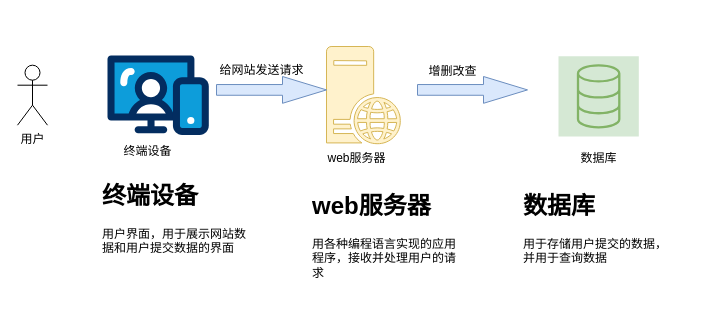
checkking/diagrams keeps this draw.io diagram as db_arch.drawio. Above is the earlier version. Source tidied: cells renumbered, new cells numbered last; positions are measured from the earlier drawing's top-left corner, leaving out a move shared by most shapes. Both pictures are drawn from the tidied source at 100%, with x=0, y=0 at pixel (17, 46).
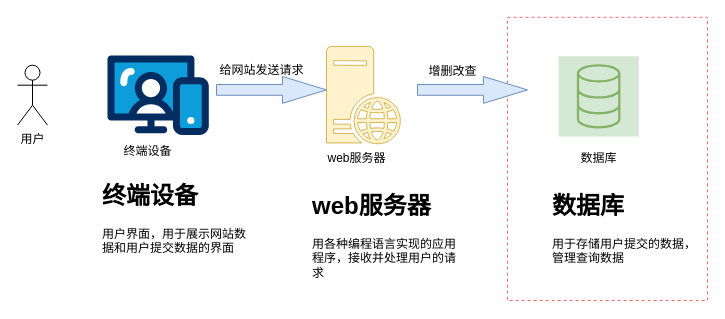
Above is the later version.

What changed in the source:
```diff
@@
 <mxGraphModel>
   <root>
     <mxCell id="0" />
     <mxCell id="1" parent="0" />
+    <mxCell id="16" style="rounded=0;whiteSpace=wrap;html=1;strokeColor=#FF6666;dashed=1;" parent="1" vertex="1">
+      <mxGeometry x="490" y="-29.2" width="200" height="283.2" as="geometry" />
+    </mxCell>
     <mxCell id="2" style="sketch=0;fillColor=#d5e8d4;strokeColor=#82b366;dashed=0;verticalLabelPosition=bottom;verticalAlign=top;align=center;html=1;fontSize=12;fontStyle=0;shape=mxgraph.aws4.resourceIcon;resIcon=mxgraph.aws4.database;" parent="1" vertex="1">
       <mxGeometry x="541" y="9.7" width="80.3" height="80.3" as="geometry" />
     </mxCell>
     <mxCell id="3" value="数据库" style="text;html=1;align=center;verticalAlign=middle;strokeColor=none;fillColor=none;" parent="1" vertex="1">
       <mxGeometry x="551.1" y="97.4" width="60" height="30" as="geometry" />
     </mxCell>
     <mxCell id="4" style="sketch=0;shadow=0;dashed=0;html=1;strokeColor=#d6b656;labelPosition=center;verticalLabelPosition=bottom;verticalAlign=top;align=center;fillColor=#fff2cc;shape=mxgraph.mscae.enterprise.web_server;" parent="1" vertex="1">
       <mxGeometry x="309" width="74" height="97.4" as="geometry" />
     </mxCell>
     <mxCell id="5" style="shape=singleArrow;whiteSpace=wrap;html=1;arrowWidth=0.4;arrowSize=0.4;verticalAlign=top;fillColor=#dae8fc;strokeColor=#6c8ebf;sketch=0;shadow=0;dashed=0;" parent="1" vertex="1">
       <mxGeometry x="400" y="30" width="110" height="26.8" as="geometry" />
     </mxCell>
     <mxCell id="6" value="增删改查" style="text;html=1;align=center;verticalAlign=middle;strokeColor=none;fillColor=none;" parent="1" vertex="1">
       <mxGeometry x="400" y="10" width="70" height="30" as="geometry" />
     </mxCell>
     <mxCell id="7" value="web服务器" style="text;html=1;align=center;verticalAlign=middle;strokeColor=none;fillColor=none;" parent="1" vertex="1">
       <mxGeometry x="299" y="97.4" width="80" height="30" as="geometry" />
     </mxCell>
     <mxCell id="8" style="verticalLabelPosition=bottom;html=1;shape=mxgraph.salesforce.web;fillColor=#CCCCFF;strokeColor=#6c8ebf;" parent="1" vertex="1">
       <mxGeometry x="90" y="8.7" width="101.3" height="80" as="geometry" />
     </mxCell>
     <mxCell id="9" style="shape=singleArrow;whiteSpace=wrap;html=1;arrowWidth=0.4;arrowSize=0.4;verticalAlign=top;fillColor=#dae8fc;strokeColor=#6c8ebf;sketch=0;shadow=0;dashed=0;" parent="1" vertex="1">
       <mxGeometry x="199" y="30" width="110" height="26.8" as="geometry" />
     </mxCell>
     <mxCell id="10" value="给网站发送请求" style="text;html=1;align=center;verticalAlign=middle;strokeColor=none;fillColor=none;" parent="1" vertex="1">
       <mxGeometry x="189" y="8.7" width="110" height="30" as="geometry" />
     </mxCell>
     <mxCell id="11" value="终端设备" style="text;html=1;align=center;verticalAlign=middle;strokeColor=none;fillColor=none;" parent="1" vertex="1">
       <mxGeometry x="95" y="90" width="70" height="30" as="geometry" />
     </mxCell>
     <mxCell id="12" value="&lt;h1&gt;web服务器&lt;/h1&gt;&lt;p&gt;用各种编程语言实现的应用程序，接收并处理用户的请求&lt;/p&gt;" style="text;html=1;strokeColor=none;fillColor=none;spacing=5;spacingTop=-20;whiteSpace=wrap;overflow=hidden;rounded=0;" parent="1" vertex="1">
       <mxGeometry x="290" y="140" width="160" height="100" as="geometry" />
     </mxCell>
     <mxCell id="13" value="&lt;h1&gt;终端设备&lt;/h1&gt;&lt;div&gt;用户界面，用于展示网站数据和用户提交数据的界面&lt;/div&gt;" style="text;html=1;strokeColor=none;fillColor=none;spacing=5;spacingTop=-20;whiteSpace=wrap;overflow=hidden;rounded=0;" parent="1" vertex="1">
       <mxGeometry x="80" y="130" width="160" height="100" as="geometry" />
     </mxCell>
     <mxCell id="14" value="用户" style="shape=umlActor;verticalLabelPosition=bottom;verticalAlign=top;html=1;" parent="1" vertex="1">
       <mxGeometry y="18.7" width="30" height="60" as="geometry" />
     </mxCell>
-    <mxCell id="15" value="&lt;h1&gt;数据库&lt;/h1&gt;&lt;p&gt;用于存储用户提交的数据，并用于查询数据&lt;/p&gt;" style="text;html=1;strokeColor=none;fillColor=none;spacing=5;spacingTop=-20;whiteSpace=wrap;overflow=hidden;rounded=0;" parent="1" vertex="1">
-      <mxGeometry x="501.1" y="140" width="160" height="100" as="geometry" />
+    <mxCell id="15" value="&lt;h1&gt;数据库&lt;/h1&gt;&lt;p&gt;用于存储用户提交的数据，管理查询数据&lt;/p&gt;" style="text;html=1;strokeColor=none;fillColor=none;spacing=5;spacingTop=-20;whiteSpace=wrap;overflow=hidden;rounded=0;" parent="1" vertex="1">
+      <mxGeometry x="530" y="140" width="160" height="100" as="geometry" />
     </mxCell>
   </root>
 </mxGraphModel>
```
